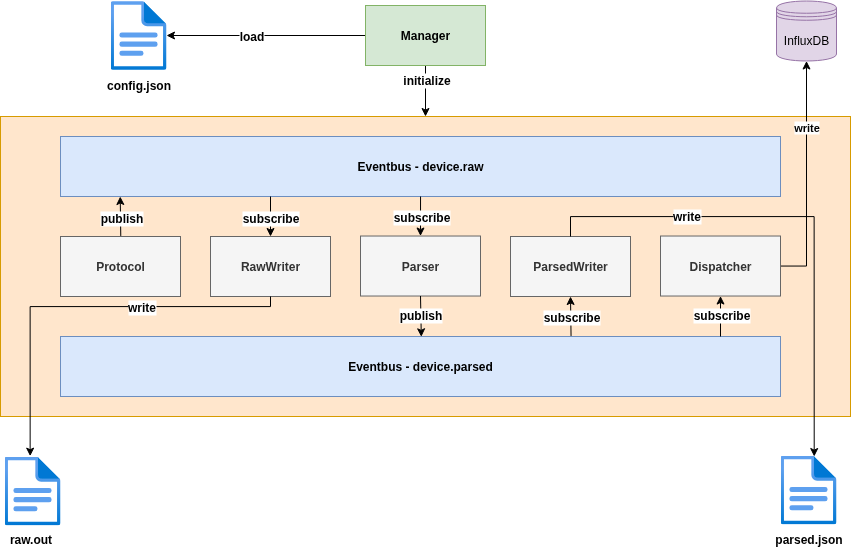
Before: images/model_diagram_no_vertx.drawio.png, a diagram exported from draw.io (rwth-imi/FRAMED). Source tidied: cells renumbered, new cells last; positions are measured from the earlier drawing's top-left corner, leaving out a move shared by most shapes.
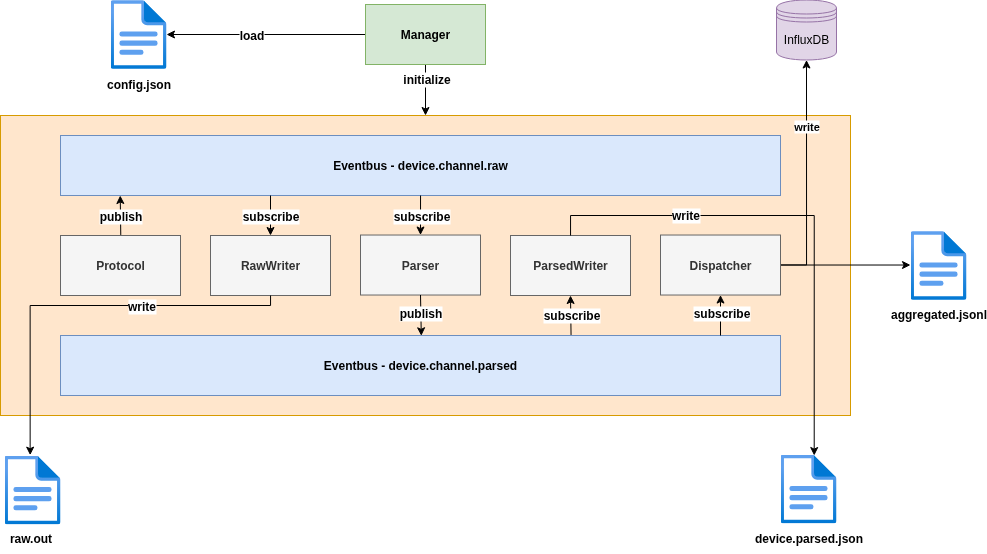
After the commit.

What changed in the source:
```diff
@@ -45,16 +45,21 @@
     <mxCell id="14" value="&lt;b&gt;write&lt;/b&gt;" style="edgeLabel;html=1;align=center;verticalAlign=middle;" parent="13" vertex="1">
       <mxGeometry x="0.43" y="1" relative="1" as="geometry" />
     </mxCell>
+    <mxCell id="40" style="edgeStyle=orthogonalEdgeStyle;rounded=0;jettySize=auto;html=1;" parent="1" edge="1" source="15">
+      <mxGeometry relative="1" as="geometry">
+        <mxPoint x="910" y="265.5" as="targetPoint" />
+      </mxGeometry>
+    </mxCell>
     <mxCell id="15" value="Dispatcher" style="rounded=0;whiteSpace=wrap;html=1;strokeColor=#666666;align=center;verticalAlign=middle;fontFamily=Helvetica;fontSize=12;fontColor=#333333;fontStyle=1;fillColor=#f5f5f5;" parent="1" vertex="1">
       <mxGeometry x="660" y="235.5" width="120" height="60" as="geometry" />
     </mxCell>
     <mxCell id="16" value="ParsedWriter" style="rounded=0;whiteSpace=wrap;html=1;strokeColor=#666666;align=center;verticalAlign=middle;fontFamily=Helvetica;fontSize=12;fontColor=#333333;fontStyle=1;fillColor=#f5f5f5;" parent="1" vertex="1">
       <mxGeometry x="510" y="236" width="120" height="60" as="geometry" />
     </mxCell>
-    <mxCell id="17" value="Eventbus - device.raw" style="rounded=0;whiteSpace=wrap;html=1;strokeColor=#6c8ebf;align=center;verticalAlign=middle;fontFamily=Helvetica;fontSize=12;fontStyle=1;fillColor=#dae8fc;" parent="1" vertex="1">
+    <mxCell id="17" value="Eventbus - device.channel.raw" style="rounded=0;whiteSpace=wrap;html=1;strokeColor=#6c8ebf;align=center;verticalAlign=middle;fontFamily=Helvetica;fontSize=12;fontStyle=1;fillColor=#dae8fc;" parent="1" vertex="1">
       <mxGeometry x="60" y="136" width="720" height="60" as="geometry" />
     </mxCell>
-    <mxCell id="18" value="Eventbus - device.parsed" style="rounded=0;whiteSpace=wrap;html=1;strokeColor=#6c8ebf;align=center;verticalAlign=middle;fontFamily=Helvetica;fontSize=12;fontStyle=1;fillColor=#dae8fc;" parent="1" vertex="1">
+    <mxCell id="18" value="Eventbus - device.channel.parsed" style="rounded=0;whiteSpace=wrap;html=1;strokeColor=#6c8ebf;align=center;verticalAlign=middle;fontFamily=Helvetica;fontSize=12;fontStyle=1;fillColor=#dae8fc;" parent="1" vertex="1">
       <mxGeometry x="60" y="336" width="720" height="60" as="geometry" />
     </mxCell>
     <mxCell id="19" style="endArrow=classic;html=1;rounded=0;fontFamily=Helvetica;fontSize=12;fontColor=default;fontStyle=1;entryX=0.5;entryY=0;entryDx=0;entryDy=0;" parent="1" edge="1" target="12">
@@ -123,8 +128,8 @@
     <mxCell id="33" style="image;html=1;points=[];align=center;fontSize=12;image=img/lib/azure2/general/File.svg;" parent="1" vertex="1">
       <mxGeometry x="780" y="455" width="56" height="69" as="geometry" />
     </mxCell>
-    <mxCell id="34" value="parsed.json" style="text;html=1;align=center;verticalAlign=middle;strokeColor=none;fillColor=none;fontFamily=Helvetica;fontSize=12;fontColor=default;fontStyle=1;" parent="1" vertex="1">
-      <mxGeometry x="763" y="524" width="90" height="30" as="geometry" />
+    <mxCell id="34" value="device.parsed.json" style="text;html=1;align=center;verticalAlign=middle;strokeColor=none;fillColor=none;fontFamily=Helvetica;fontSize=12;fontColor=default;fontStyle=1;" parent="1" vertex="1">
+      <mxGeometry x="748" y="524" width="120" height="30" as="geometry" />
     </mxCell>
     <mxCell id="35" style="edgeStyle=orthogonalEdgeStyle;rounded=0;jettySize=auto;html=1;entryX=0.602;entryY=0.015;entryDx=0;entryDy=0;entryPerimeter=0;fontFamily=Helvetica;fontSize=12;fontColor=default;fontStyle=1;" parent="1" edge="1" source="16" target="33">
       <mxGeometry relative="1" as="geometry">
@@ -151,5 +156,8 @@
     <mxCell id="39" value="InfluxDB" style="shape=datastore;whiteSpace=wrap;html=1;fillColor=#e1d5e7;strokeColor=#9673a6;" parent="1" vertex="1">
       <mxGeometry x="776" y="0.5" width="60" height="60" as="geometry" />
     </mxCell>
+    <mxCell id="41" value="&lt;b&gt;aggregated.jsonl&lt;/b&gt;" style="image;html=1;align=center;fontSize=12;image=img/lib/azure2/general/File.svg;" parent="1" vertex="1">
+      <mxGeometry x="910" y="231.5" width="56" height="69" as="geometry" />
+    </mxCell>
   </root>
 </mxGraphModel>
```
